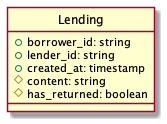
Above: document/er.png in TOMOFUMI-KONDO/intern-line-bot (PlantUML), before the change.
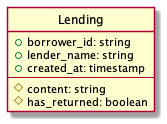
Above is the later version.

Change to the diagram source:
```diff
@@ -5,8 +5,9 @@
 
 entity Lending {
     +borrower_id: string
-    +lender_id: string
+    +lender_name: string
     +created_at: timestamp
+    --
     #content: string
     #has_returned: boolean
 }
```
